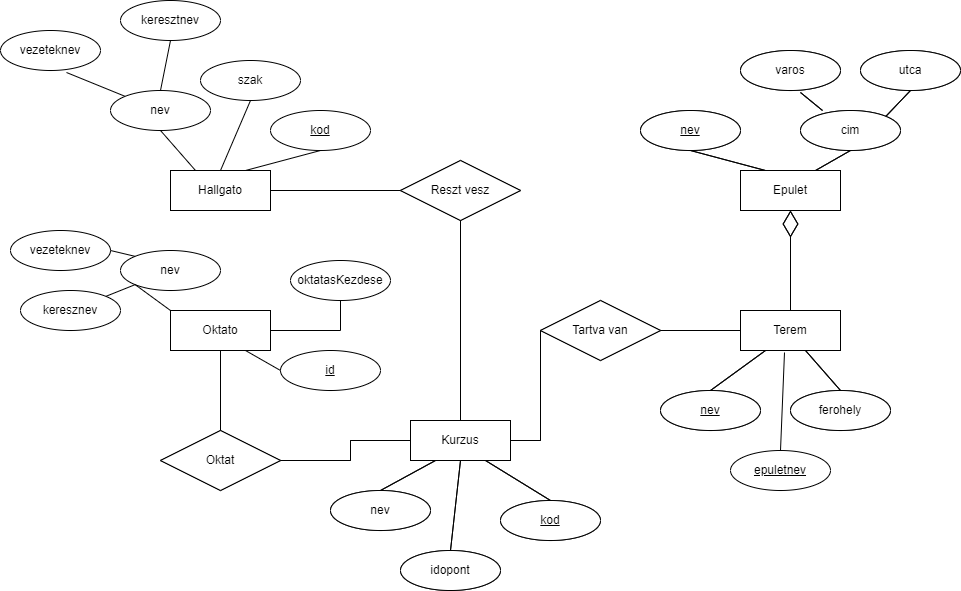
Earlier version of the draw.io export Notes/EK.png (MrChaosz/Adatb). Source tidied: cells renumbered, new cells last; positions are measured from the earlier drawing's top-left corner, leaving out a move shared by most shapes.
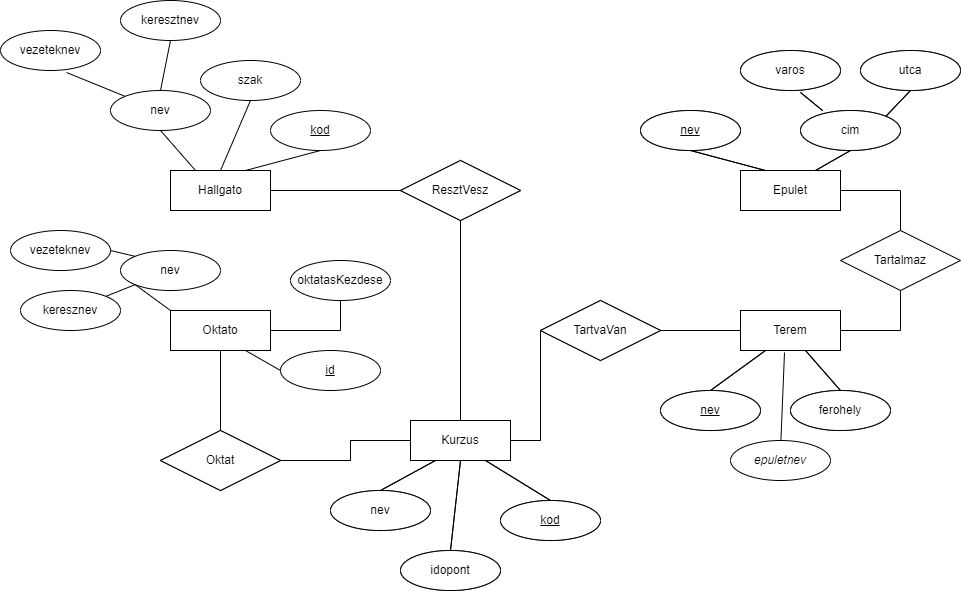
The same diagram one commit later.

The edit, as a diff of the source:
```diff
@@ -14,9 +14,6 @@
     <mxCell id="5" value="Épület" style="whiteSpace=wrap;html=1;align=center;" parent="1" vertex="1">
       <mxGeometry x="740" y="170" width="100" height="40" as="geometry" />
     </mxCell>
-    <mxCell id="6" style="endArrow=diamondThin;endFill=0;endSize=24;html=1;rounded=0;exitX=0.5;exitY=0;exitDx=0;exitDy=0;entryX=0.5;entryY=1;entryDx=0;entryDy=0;" parent="1" edge="1" source="4" target="5">
-      <mxGeometry relative="1" as="geometry" />
-    </mxCell>
     <mxCell id="7" value="Részt vesz" style="shape=rhombus;perimeter=rhombusPerimeter;whiteSpace=wrap;html=1;align=center;" parent="1" vertex="1">
       <mxGeometry x="400" y="160" width="120" height="60" as="geometry" />
     </mxCell>
@@ -109,11 +106,10 @@
     <mxCell id="33" style="endArrow=none;html=1;rounded=0;entryX=1;entryY=0;entryDx=0;entryDy=0;exitX=0.5;exitY=1;exitDx=0;exitDy=0;" parent="1" edge="1" source="31" target="17">
       <mxGeometry relative="1" as="geometry" />
     </mxCell>
-    <mxCell id="34" value="epuletnev" style="ellipse;whiteSpace=wrap;html=1;align=center;fontStyle=4;" parent="1" vertex="1">
-      <mxGeometry x="730" y="450" width="100" height="40" as="geometry" />
-    </mxCell>
-    <mxCell id="35" style="endArrow=none;html=1;rounded=0;entryX=0.5;entryY=0;entryDx=0;entryDy=0;exitX=0.44;exitY=1.05;exitDx=0;exitDy=0;exitPerimeter=0;" parent="1" edge="1" source="56" target="34">
-      <mxGeometry relative="1" as="geometry" />
+    <mxCell id="35" style="endArrow=none;html=1;rounded=0;entryX=0.5;entryY=0;entryDx=0;entryDy=0;exitX=0.44;exitY=1.05;exitDx=0;exitDy=0;exitPerimeter=0;" parent="1" edge="1" source="56">
+      <mxGeometry relative="1" as="geometry">
+        <mxPoint x="780" y="450" as="targetPoint" />
+      </mxGeometry>
     </mxCell>
     <mxCell id="36" value="szak" style="ellipse;whiteSpace=wrap;html=1;align=center;" parent="1" vertex="1">
       <mxGeometry x="200" y="60" width="100" height="40" as="geometry" />
@@ -171,6 +167,26 @@
     <mxCell id="52" style="endArrow=none;html=1;rounded=0;entryX=0;entryY=0;entryDx=0;entryDy=0;exitX=0.66;exitY=1.05;exitDx=0;exitDy=0;exitPerimeter=0;" parent="1" edge="1" source="45" target="69">
       <mxGeometry relative="1" as="geometry" />
     </mxCell>
+    <mxCell id="90" value="Tartalmaz" style="shape=rhombus;perimeter=rhombusPerimeter;whiteSpace=wrap;html=1;align=center;" parent="1" vertex="1">
+      <mxGeometry x="840" y="230" width="120" height="60" as="geometry" />
+    </mxCell>
+    <mxCell id="91" style="endArrow=none;html=1;rounded=0;exitX=1;exitY=0.5;exitDx=0;exitDy=0;entryX=0.5;entryY=1;entryDx=0;entryDy=0;" parent="1" edge="1" source="56" target="90">
+      <mxGeometry relative="1" as="geometry">
+        <Array as="points">
+          <mxPoint x="900" y="330" />
+        </Array>
+      </mxGeometry>
+    </mxCell>
+    <mxCell id="92" style="endArrow=none;html=1;rounded=0;entryX=0.5;entryY=0;entryDx=0;entryDy=0;exitX=1;exitY=0.5;exitDx=0;exitDy=0;" parent="1" edge="1" source="57" target="90">
+      <mxGeometry relative="1" as="geometry">
+        <Array as="points">
+          <mxPoint x="900" y="190" />
+        </Array>
+      </mxGeometry>
+    </mxCell>
+    <mxCell id="34" value="&lt;i&gt;epuletnev&lt;/i&gt;" style="ellipse;whiteSpace=wrap;html=1;align=center;" parent="1" vertex="1">
+      <mxGeometry x="730" y="440" width="100" height="40" as="geometry" />
+    </mxCell>
     <mxCell id="53" value="Megnevezetlen réteg" parent="0" />
     <mxCell id="54" value="Hallgato" style="whiteSpace=wrap;html=1;align=center;" parent="53" vertex="1">
       <mxGeometry x="170" y="170" width="100" height="40" as="geometry" />
@@ -184,10 +200,7 @@
     <mxCell id="57" value="Epulet" style="whiteSpace=wrap;html=1;align=center;" parent="53" vertex="1">
       <mxGeometry x="740" y="170" width="100" height="40" as="geometry" />
     </mxCell>
-    <mxCell id="58" style="endArrow=diamondThin;endFill=0;endSize=24;html=1;rounded=0;exitX=0.5;exitY=0;exitDx=0;exitDy=0;entryX=0.5;entryY=1;entryDx=0;entryDy=0;" parent="53" edge="1" source="56" target="57">
-      <mxGeometry relative="1" as="geometry" />
-    </mxCell>
-    <mxCell id="59" value="Reszt vesz" style="shape=rhombus;perimeter=rhombusPerimeter;whiteSpace=wrap;html=1;align=center;" parent="53" vertex="1">
+    <mxCell id="59" value="ResztVesz" style="shape=rhombus;perimeter=rhombusPerimeter;whiteSpace=wrap;html=1;align=center;" parent="53" vertex="1">
       <mxGeometry x="400" y="160" width="120" height="60" as="geometry" />
     </mxCell>
     <mxCell id="60" value="Oktat" style="shape=rhombus;perimeter=rhombusPerimeter;whiteSpace=wrap;html=1;align=center;" parent="53" vertex="1">
@@ -204,7 +217,7 @@
         <mxPoint x="220" y="350" as="sourcePoint" />
       </mxGeometry>
     </mxCell>
-    <mxCell id="64" value="Tartva van" style="shape=rhombus;perimeter=rhombusPerimeter;whiteSpace=wrap;html=1;align=center;" parent="53" vertex="1">
+    <mxCell id="64" value="TartvaVan" style="shape=rhombus;perimeter=rhombusPerimeter;whiteSpace=wrap;html=1;align=center;" parent="53" vertex="1">
       <mxGeometry x="540" y="300" width="120" height="60" as="geometry" />
     </mxCell>
     <mxCell id="65" style="endArrow=none;html=1;rounded=0;exitX=1;exitY=0.5;exitDx=0;exitDy=0;entryX=0;entryY=0.5;entryDx=0;entryDy=0;" parent="53" edge="1" source="55" target="64">
```
